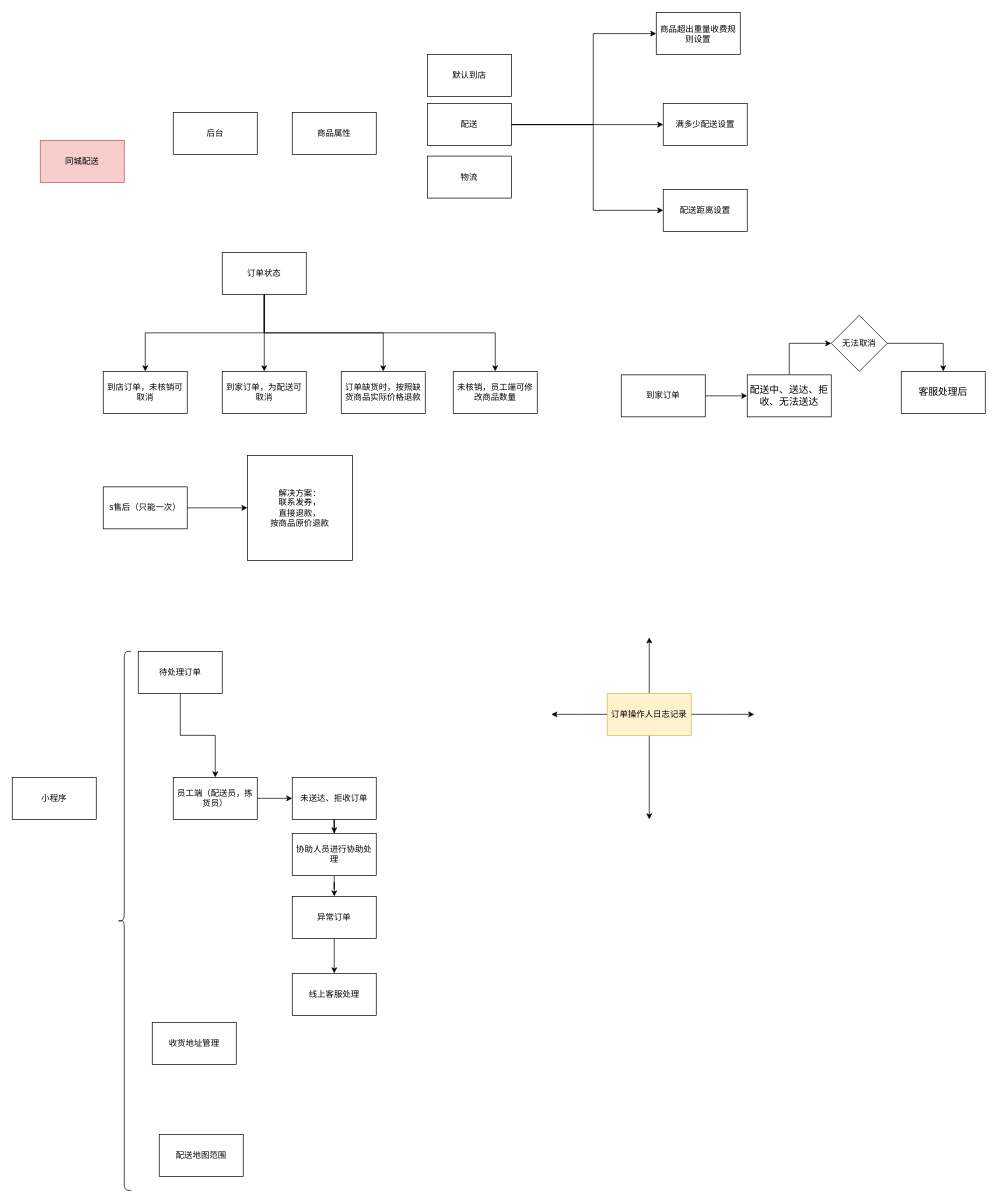
Before: page "第 3 页" (3 of 4) of daytip/Untitled Diagram.drawio in treatview/drawio, a draw.io diagram. Source tidied: cells renumbered, new cells numbered last; positions are measured from the earlier drawing's top-left corner, leaving out a move shared by most shapes. Both pictures are drawn from the tidied source at 70%, with x=0, y=0 at pixel (12, 13).
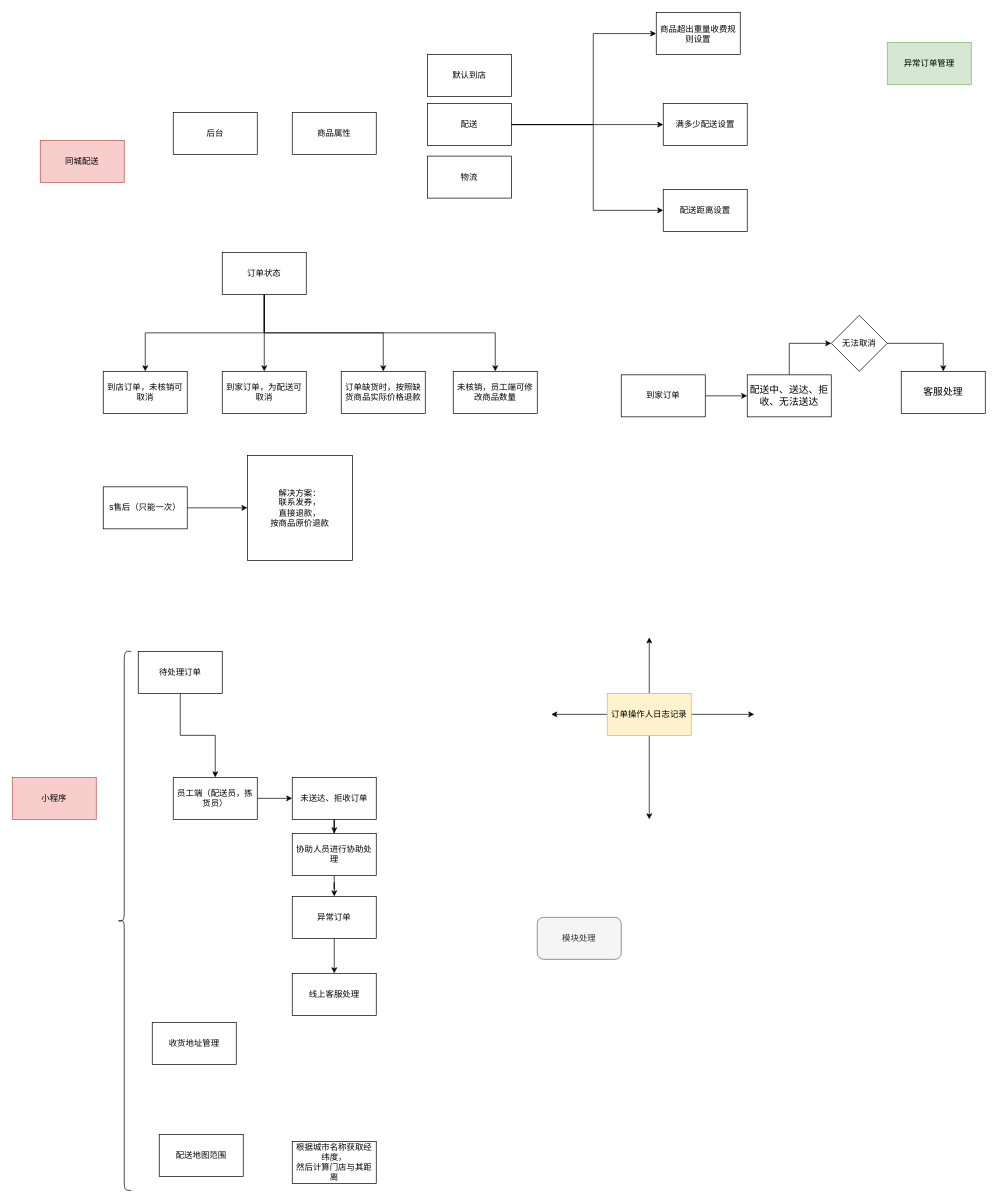
After the change.

What changed in the source:
```diff
@@
-    <mxCell id="11" value="小程序" style="rounded=0;whiteSpace=wrap;html=1;" parent="1" vertex="1">
+    <mxCell id="11" value="小程序" style="rounded=0;whiteSpace=wrap;html=1;fillColor=#f8cecc;strokeColor=#b85450;" parent="1" vertex="1">
       <mxGeometry y="1092" width="120" height="60" as="geometry" />
     </mxCell>
@@
-    <mxCell id="38" value="&lt;p class=&quot;MsoNormal&quot;&gt;&lt;span style=&quot;font-size: 14px&quot;&gt;客服处理后&lt;/span&gt;&lt;/p&gt;" style="rounded=0;whiteSpace=wrap;html=1;" parent="1" vertex="1">
+    <mxCell id="38" value="&lt;p class=&quot;MsoNormal&quot;&gt;&lt;span style=&quot;font-size: 14px&quot;&gt;客服处理&lt;/span&gt;&lt;/p&gt;" style="rounded=0;whiteSpace=wrap;html=1;" parent="1" vertex="1">
       <mxGeometry x="1270" y="512" width="120" height="60" as="geometry" />
     </mxCell>
@@
+    <mxCell id="53" value="根据城市名称获取经纬度，&lt;br&gt;然后计算门店与其距离&lt;br&gt;" style="rounded=0;whiteSpace=wrap;html=1;" parent="1" vertex="1">
+      <mxGeometry x="400" y="1612" width="120" height="60" as="geometry" />
+    </mxCell>
+    <mxCell id="54" value="异常订单管理" style="rounded=0;whiteSpace=wrap;html=1;fillColor=#d5e8d4;strokeColor=#82b366;" parent="1" vertex="1">
+      <mxGeometry x="1250" y="42" width="120" height="60" as="geometry" />
+    </mxCell>
+    <mxCell id="55" value="模块处理" style="rounded=1;whiteSpace=wrap;html=1;fillColor=#f5f5f5;strokeColor=#666666;fontColor=#333333;" parent="1" vertex="1">
+      <mxGeometry x="750" y="1292" width="120" height="60" as="geometry" />
+    </mxCell>
```
